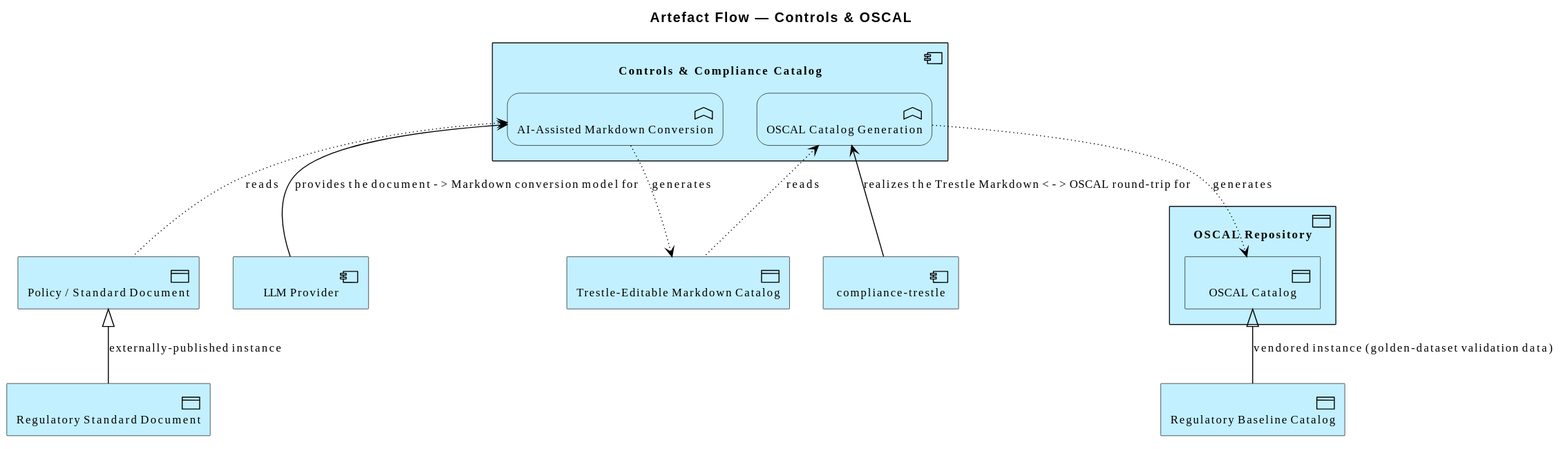
The PlantUML diagram architecture/model/diagrams/application/artefact-oscal.svg in wolffy-au/frictionless-architect, before a commit. The source it was exported from:
```plantuml
@startuml
!include <archimate/Archimate>

title Artefact Flow — Controls & OSCAL

Application_Component(e_ide4bef3733af65a, "Controls & Compliance Catalog") {
  Application_Function(e_id7ce9f3c91f1f53, "AI-Assisted Markdown Conversion")
  Application_Function(e_id8926bd09002459, "OSCAL Catalog Generation")
}
Application_DataObject(e_idb18c37abc9ff51, "OSCAL Repository") {
  Application_DataObject(e_idddf65887d53f57, "OSCAL Catalog")
}
Application_Component(e_id0aed952692a556, "compliance-trestle")
Application_Component(e_id2610ae0cc2cc50, "LLM Provider")
Application_DataObject(e_id51129996aed75b, "Policy / Standard Document")
Application_DataObject(e_id3d500fda79b357, "Regulatory Standard Document")
Application_DataObject(e_id0ecdf65c0ffd57, "Trestle-Editable Markdown Catalog")
Application_DataObject(e_ida95982eb78095a, "Regulatory Baseline Catalog")

Rel_Specialization_Up(e_id3d500fda79b357, e_id51129996aed75b, "externally-published instance")
Rel_Specialization_Up(e_ida95982eb78095a, e_idddf65887d53f57, "vendored instance (golden-dataset validation data)")
Rel_Serving_Up(e_id0aed952692a556, e_id8926bd09002459, "realizes the Trestle Markdown <-> OSCAL round-trip for")
Rel_Serving_Up(e_id2610ae0cc2cc50, e_id7ce9f3c91f1f53, "provides the document -> Markdown conversion model for")
Rel_Access_r(e_id7ce9f3c91f1f53, e_id51129996aed75b, "reads")
Rel_Access_w(e_id7ce9f3c91f1f53, e_id0ecdf65c0ffd57, "generates")
Rel_Access_r(e_id8926bd09002459, e_id0ecdf65c0ffd57, "reads")
Rel_Access_w(e_id8926bd09002459, e_idddf65887d53f57, "generates")
@enduml
```
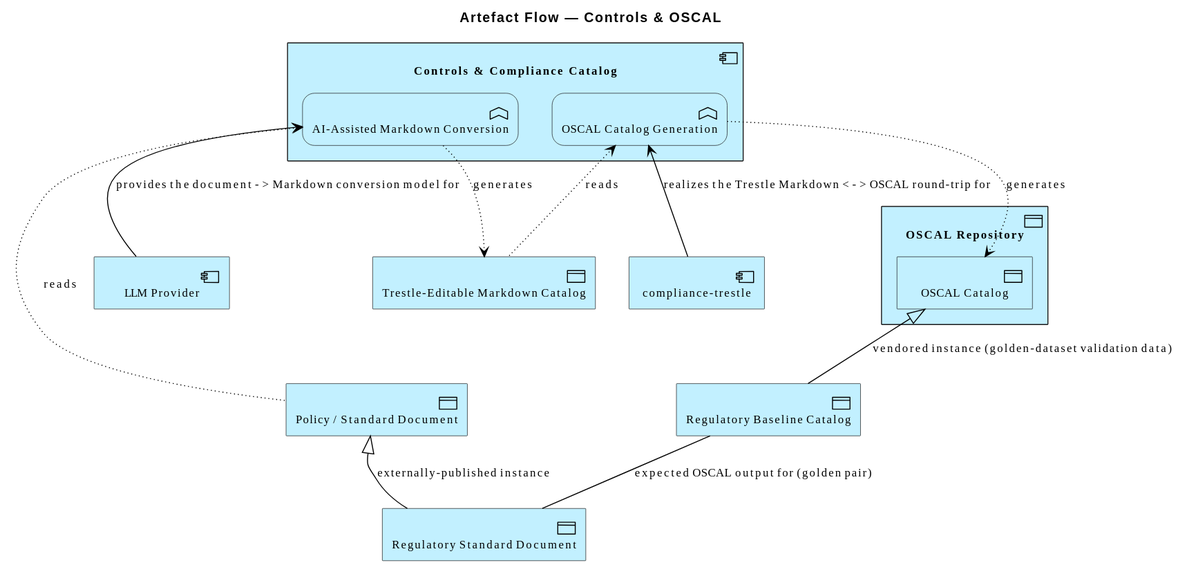
After the change.

Commit message:
feat(model): pair the golden baseline catalog with its converter input

What changed in the source:
```diff
@@ -19,6 +19,7 @@
 
 Rel_Specialization_Up(e_id3d500fda79b357, e_id51129996aed75b, "externally-published instance")
 Rel_Specialization_Up(e_ida95982eb78095a, e_idddf65887d53f57, "vendored instance (golden-dataset validation data)")
+Rel_Association(e_ida95982eb78095a, e_id3d500fda79b357, "expected OSCAL output for (golden pair)")
 Rel_Serving_Up(e_id0aed952692a556, e_id8926bd09002459, "realizes the Trestle Markdown <-> OSCAL round-trip for")
 Rel_Serving_Up(e_id2610ae0cc2cc50, e_id7ce9f3c91f1f53, "provides the document -> Markdown conversion model for")
 Rel_Access_r(e_id7ce9f3c91f1f53, e_id51129996aed75b, "reads")
```
